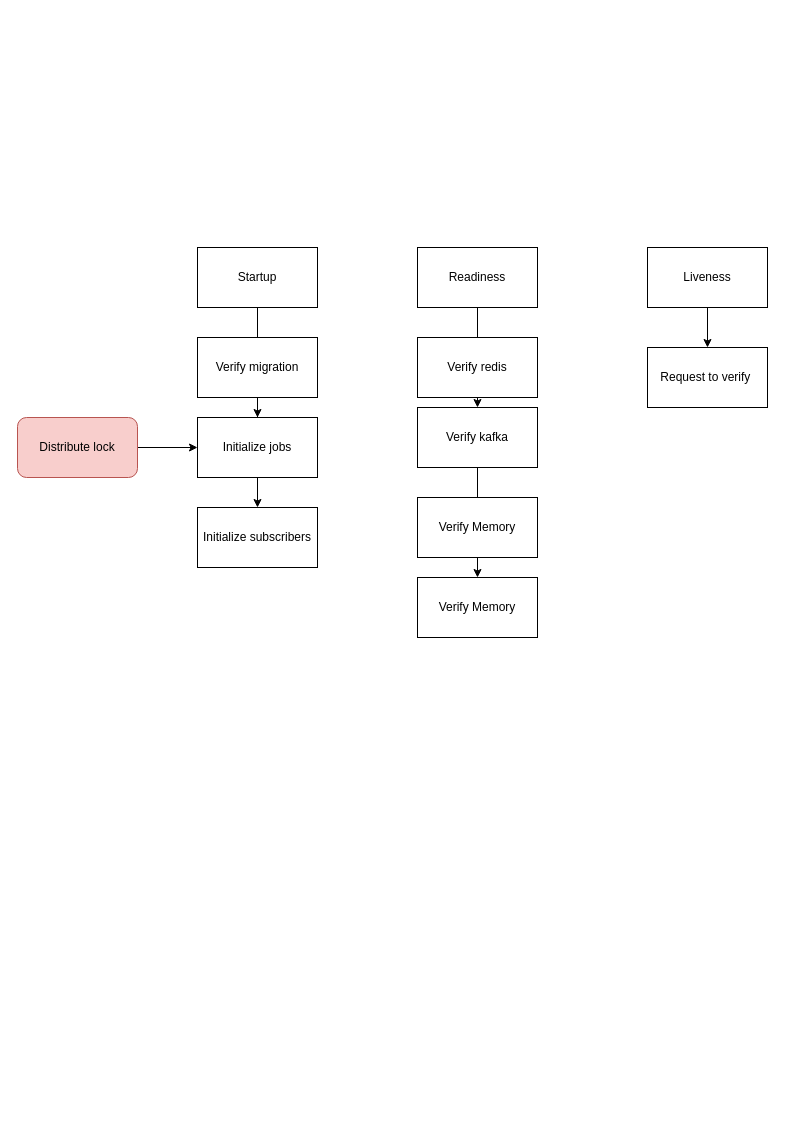
The draw.io diagram Untitled Diagram.drawio in danisanchezag/prueba1, before the edit. Source tidied: cells renumbered, new cells numbered last; positions are measured from the earlier drawing's top-left corner, leaving out a move shared by most shapes. Both pictures are drawn from the tidied source at 100%, with x=0, y=0 at pixel (17, 247).
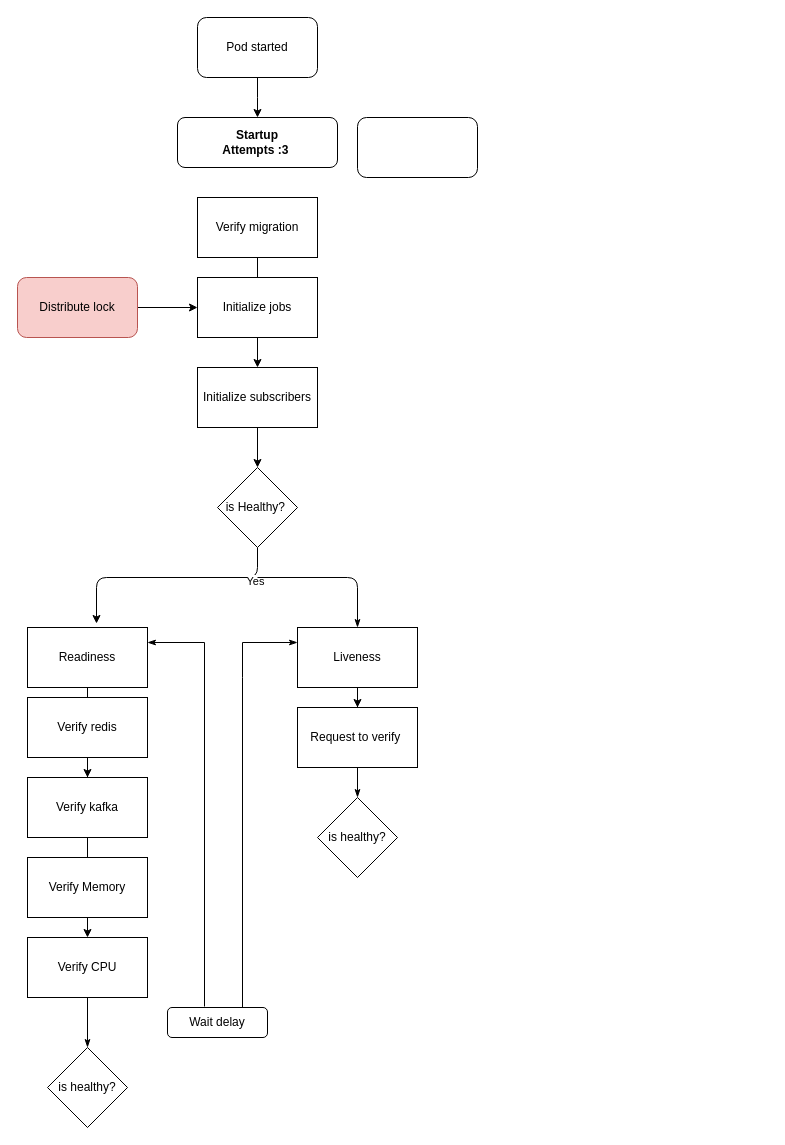
After the change.

What changed in the source:
```diff
@@
-    <mxCell id="2" style="edgeStyle=orthogonalEdgeStyle;rounded=0;jettySize=auto;html=1;" parent="1" edge="1" source="3" target="16">
-      <mxGeometry relative="1" as="geometry" />
-    </mxCell>
-    <mxCell id="3" value="Startup" style="rounded=0;whiteSpace=wrap;html=1;" parent="1" vertex="1">
-      <mxGeometry x="180" width="120" height="60" as="geometry" />
-    </mxCell>
-    <mxCell id="4" style="edgeStyle=orthogonalEdgeStyle;rounded=0;jettySize=auto;html=1;" parent="1" edge="1" source="5" target="11">
+    <mxCell id="4" style="edgeStyle=orthogonalEdgeStyle;rounded=0;jettySize=auto;html=1;startArrow=none;" parent="1" edge="1" source="9" target="11">
       <mxGeometry relative="1" as="geometry" />
     </mxCell>
     <mxCell id="5" value="Readiness" style="rounded=0;whiteSpace=wrap;html=1;" parent="1" vertex="1">
-      <mxGeometry x="400" width="120" height="60" as="geometry" />
+      <mxGeometry x="10" y="380" width="120" height="60" as="geometry" />
     </mxCell>
@@
     <mxCell id="7" value="Liveness" style="rounded=0;whiteSpace=wrap;html=1;" parent="1" vertex="1">
-      <mxGeometry x="630" width="120" height="60" as="geometry" />
+      <mxGeometry x="280" y="380" width="120" height="60" as="geometry" />
     </mxCell>
+    <mxCell id="20" style="edgeStyle=none;rounded=0;jettySize=auto;html=1;startArrow=none;startFill=0;endArrow=classicThin;endFill=1;" parent="1" edge="1" source="8" target="36">
+      <mxGeometry relative="1" as="geometry" />
+    </mxCell>
     <mxCell id="8" value="Request to verify&amp;nbsp;" style="rounded=0;whiteSpace=wrap;html=1;" parent="1" vertex="1">
-      <mxGeometry x="630" y="100" width="120" height="60" as="geometry" />
+      <mxGeometry x="280" y="460" width="120" height="60" as="geometry" />
     </mxCell>
-    <mxCell id="9" value="Verify redis" style="rounded=0;whiteSpace=wrap;html=1;" parent="1" vertex="1">
-      <mxGeometry x="400" y="90" width="120" height="60" as="geometry" />
-    </mxCell>
@@
     <mxCell id="11" value="Verify kafka" style="rounded=0;whiteSpace=wrap;html=1;" parent="1" vertex="1">
-      <mxGeometry x="400" y="160" width="120" height="60" as="geometry" />
+      <mxGeometry x="10" y="530" width="120" height="60" as="geometry" />
     </mxCell>
     <mxCell id="12" value="Verify Memory" style="rounded=0;whiteSpace=wrap;html=1;" parent="1" vertex="1">
-      <mxGeometry x="400" y="250" width="120" height="60" as="geometry" />
+      <mxGeometry x="10" y="610" width="120" height="60" as="geometry" />
     </mxCell>
+    <mxCell id="21" style="edgeStyle=none;rounded=0;jettySize=auto;html=1;startArrow=none;startFill=0;endArrow=classicThin;endFill=1;" parent="1" edge="1" source="13" target="35">
+      <mxGeometry relative="1" as="geometry" />
+    </mxCell>
-    <mxCell id="13" value="Verify Memory" style="rounded=0;whiteSpace=wrap;html=1;" parent="1" vertex="1">
-      <mxGeometry x="400" y="330" width="120" height="60" as="geometry" />
+    <mxCell id="13" value="Verify CPU" style="rounded=0;whiteSpace=wrap;html=1;" parent="1" vertex="1">
+      <mxGeometry x="10" y="690" width="120" height="60" as="geometry" />
     </mxCell>
@@
     <mxCell id="15" value="Verify migration" style="rounded=0;whiteSpace=wrap;html=1;" parent="1" vertex="1">
-      <mxGeometry x="180" y="90" width="120" height="60" as="geometry" />
+      <mxGeometry x="180" y="-50" width="120" height="60" as="geometry" />
     </mxCell>
     <mxCell id="16" value="Initialize jobs" style="rounded=0;whiteSpace=wrap;html=1;" parent="1" vertex="1">
-      <mxGeometry x="180" y="170" width="120" height="60" as="geometry" />
+      <mxGeometry x="180" y="30" width="120" height="60" as="geometry" />
     </mxCell>
+    <mxCell id="22" style="edgeStyle=orthogonalEdgeStyle;rounded=0;jettySize=auto;html=1;entryX=0.5;entryY=0;entryDx=0;entryDy=0;" parent="1" edge="1" source="17" target="29">
+      <mxGeometry relative="1" as="geometry" />
+    </mxCell>
     <mxCell id="17" value="Initialize subscribers" style="rounded=0;whiteSpace=wrap;html=1;" parent="1" vertex="1">
-      <mxGeometry x="180" y="260" width="120" height="60" as="geometry" />
+      <mxGeometry x="180" y="120" width="120" height="60" as="geometry" />
     </mxCell>
@@
     <mxCell id="19" value="Distribute lock" style="rounded=1;whiteSpace=wrap;html=1;fillColor=#f8cecc;strokeColor=#b85450;" parent="1" vertex="1">
-      <mxGeometry y="170" width="120" height="60" as="geometry" />
+      <mxGeometry y="30" width="120" height="60" as="geometry" />
     </mxCell>
+    <mxCell id="23" style="edgeStyle=orthogonalEdgeStyle;rounded=0;jettySize=auto;html=1;" parent="1" edge="1" source="24">
+      <mxGeometry relative="1" as="geometry">
+        <mxPoint x="240" y="-130" as="targetPoint" />
+      </mxGeometry>
+    </mxCell>
+    <mxCell id="24" value="Pod started" style="rounded=1;whiteSpace=wrap;html=1;" parent="1" vertex="1">
+      <mxGeometry x="180" y="-230" width="120" height="60" as="geometry" />
+    </mxCell>
+    <mxCell id="25" value="&lt;b&gt;Startup&lt;br&gt;Attempts :3&lt;/b&gt;&amp;nbsp;" style="rounded=1;whiteSpace=wrap;html=1;" parent="1" vertex="1">
+      <mxGeometry x="160" y="-130" width="160" height="50" as="geometry" />
+    </mxCell>
+    <mxCell id="26" style="rounded=1;whiteSpace=wrap;html=1;" parent="1" vertex="1">
+      <mxGeometry x="340" y="-130" width="120" height="60" as="geometry" />
+    </mxCell>
+    <mxCell id="27" style="rounded=1;jettySize=auto;html=1;exitX=0.5;exitY=1;exitDx=0;exitDy=0;" parent="1" edge="1" source="29">
+      <mxGeometry relative="1" as="geometry">
+        <mxPoint x="79" y="376" as="targetPoint" />
+        <Array as="points">
+          <mxPoint x="240" y="330" />
+          <mxPoint x="79" y="330" />
+        </Array>
+      </mxGeometry>
+    </mxCell>
+    <mxCell id="28" value="Yes" style="edgeLabel;html=1;align=center;verticalAlign=middle;" parent="27" vertex="1">
+      <mxGeometry x="-0.22" y="3" relative="1" as="geometry">
+        <mxPoint x="59" as="offset" />
+      </mxGeometry>
+    </mxCell>
+    <mxCell id="29" value="is Healthy?&amp;nbsp;" style="rhombus;whiteSpace=wrap;html=1;" parent="1" vertex="1">
+      <mxGeometry x="200" y="220" width="80" height="80" as="geometry" />
+    </mxCell>
+    <mxCell id="9" value="Verify redis" style="rounded=0;whiteSpace=wrap;html=1;" parent="1" vertex="1">
+      <mxGeometry x="10" y="450" width="120" height="60" as="geometry" />
+    </mxCell>
+    <mxCell id="30" style="edgeStyle=orthogonalEdgeStyle;rounded=0;jettySize=auto;html=1;endArrow=none;" parent="1" edge="1" source="5" target="9">
+      <mxGeometry relative="1" as="geometry">
+        <Array as="points">
+          <mxPoint x="70" y="430" />
+          <mxPoint x="70" y="430" />
+        </Array>
+      </mxGeometry>
+    </mxCell>
+    <mxCell id="31" style="endArrow=classicThin;html=1;entryX=0.5;entryY=0;entryDx=0;entryDy=0;startArrow=none;startFill=0;endFill=1;" parent="1" edge="1" target="7">
+      <mxGeometry relative="1" as="geometry">
+        <mxPoint x="240" y="330" as="sourcePoint" />
+        <Array as="points">
+          <mxPoint x="340" y="330" />
+        </Array>
+      </mxGeometry>
+    </mxCell>
+    <mxCell id="32" style="edgeStyle=none;rounded=0;jettySize=auto;html=1;entryX=1;entryY=0.25;entryDx=0;entryDy=0;startArrow=none;startFill=0;endArrow=classicThin;endFill=1;exitX=0.37;exitY=-0.033;exitDx=0;exitDy=0;exitPerimeter=0;" parent="1" edge="1" source="34" target="5">
+      <mxGeometry relative="1" as="geometry">
+        <Array as="points">
+          <mxPoint x="187" y="395" />
+        </Array>
+      </mxGeometry>
+    </mxCell>
+    <mxCell id="33" style="edgeStyle=none;rounded=0;jettySize=auto;html=1;entryX=0;entryY=0.25;entryDx=0;entryDy=0;startArrow=none;startFill=0;endArrow=classicThin;endFill=1;exitX=0.75;exitY=0;exitDx=0;exitDy=0;" parent="1" edge="1" source="34" target="7">
+      <mxGeometry relative="1" as="geometry">
+        <Array as="points">
+          <mxPoint x="225" y="430" />
+          <mxPoint x="225" y="395" />
+        </Array>
+      </mxGeometry>
+    </mxCell>
+    <mxCell id="34" value="Wait delay" style="rounded=1;whiteSpace=wrap;html=1;" parent="1" vertex="1">
+      <mxGeometry x="150" y="760" width="100" height="30" as="geometry" />
+    </mxCell>
+    <mxCell id="35" value="is healthy?" style="rhombus;whiteSpace=wrap;html=1;" parent="1" vertex="1">
+      <mxGeometry x="30" y="800" width="80" height="80" as="geometry" />
+    </mxCell>
+    <mxCell id="36" value="is healthy?" style="rhombus;whiteSpace=wrap;html=1;" parent="1" vertex="1">
+      <mxGeometry x="300" y="550" width="80" height="80" as="geometry" />
+    </mxCell>
```
